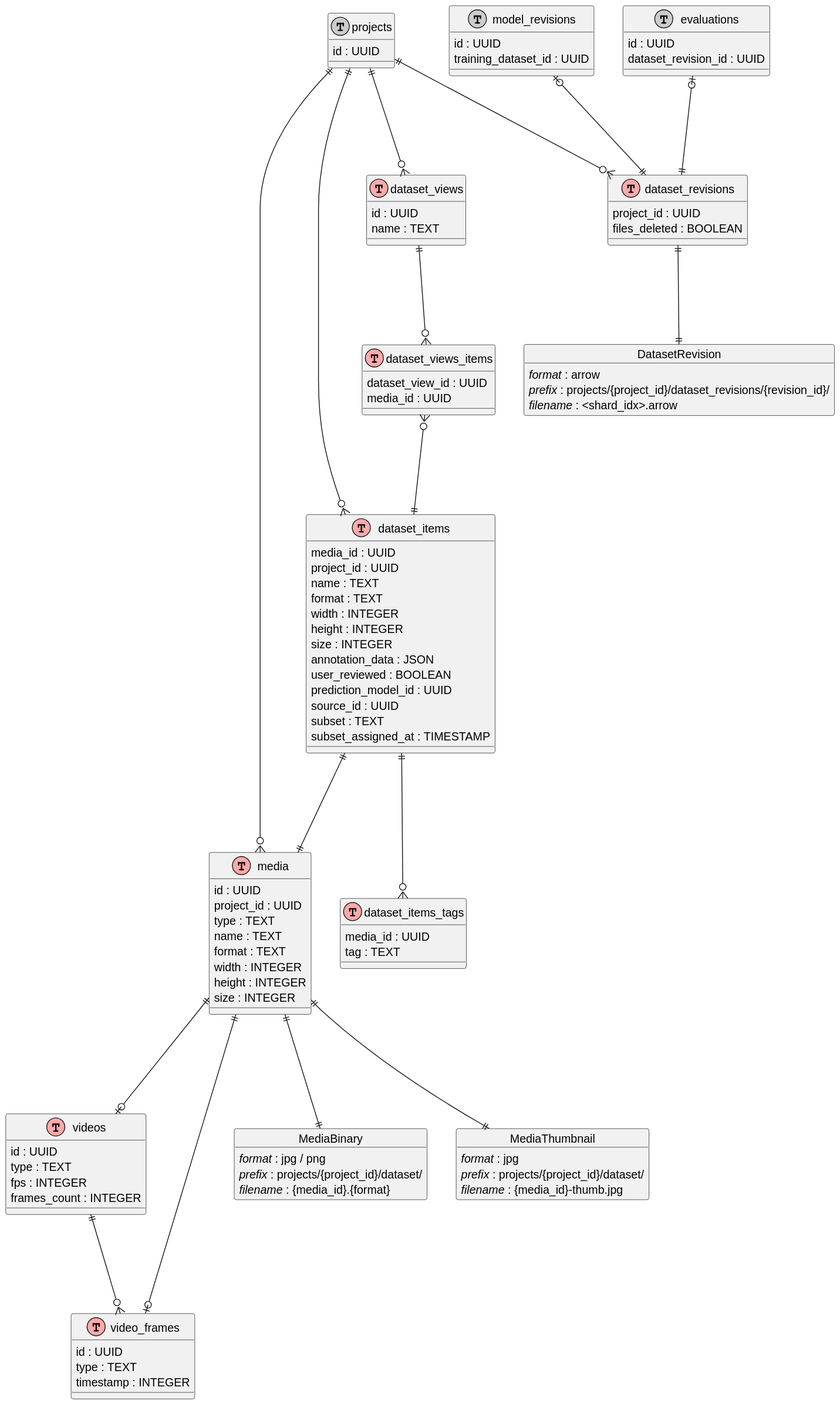
Earlier version of the PlantUML export application/docs/media/storage/datasets.svg (open-edge-platform/training_extensions). Its diagram source:
```plantuml
@startuml

class media << (T,#FFAAAA) >> {
  id : UUID
  project_id : UUID
  type : TEXT
  name : TEXT
  format : TEXT
  width : INTEGER
  height : INTEGER
  size : INTEGER
}

class videos << (T,#FFAAAA) >> {
  id : UUID
  type : TEXT
  fps : INTEGER
  frames_count : INTEGER
}

class video_frames << (T,#FFAAAA) >> {
  id : UUID
  type : TEXT
  timestamp : INTEGER
}

class dataset_items << (T,#FFAAAA) >> {
  media_id : UUID
  project_id : UUID
  name : TEXT
  format : TEXT
  width : INTEGER
  height : INTEGER
  size : INTEGER
  annotation_data : JSON
  user_reviewed : BOOLEAN
  prediction_model_id : UUID
  source_id : UUID
  subset : TEXT
  subset_assigned_at : TIMESTAMP
}

class dataset_items_tags << (T,#FFAAAA) >> {
  media_id : UUID
  tag : TEXT
}

dataset_items ||---o{ dataset_items_tags

class dataset_views << (T,#FFAAAA) >> {
  id : UUID
  name : TEXT
}

class dataset_views_items << (T,#FFAAAA) >> {
  dataset_view_id : UUID
  media_id : UUID
}

dataset_views ||---o{ dataset_views_items

dataset_views_items }o---|| dataset_items

class dataset_revisions << (T,#FFAAAA) >> {
  project_id : UUID
  files_deleted : BOOLEAN
}

object MediaBinary {
  <i>format</i> : jpg / png
  <i>prefix</i> : projects/{project_id}/dataset/
  <i>filename</i> : {media_id}.{format}
}

object MediaThumbnail {
  <i>format</i> : jpg
  <i>prefix</i> : projects/{project_id}/dataset/
  <i>filename</i> : {media_id}-thumb.jpg
}

object DatasetRevision {
  <i>format</i> : arrow
  <i>prefix</i> : projects/{project_id}/dataset_revisions/{revision_id}/
  <i>filename</i> : <shard_idx>.arrow
}

dataset_revisions ||---|| DatasetRevision

class projects << (T,#CCCCCC) >> {
  id : UUID
}

projects ||---o{ dataset_items
projects ||---o{ dataset_views
projects ||---o{ dataset_revisions
projects ||---o{ media

dataset_items ||---|| media

media ||---o| videos
media ||---o| video_frames
media ||---|| MediaBinary
media ||---|| MediaThumbnail
videos ||---o{ video_frames

class model_revisions << (T,#CCCCCC) >> {
  id : UUID
  training_dataset_id : UUID
}

model_revisions |o---|| dataset_revisions

class evaluations << (T,#CCCCCC) >> {
  id : UUID
  dataset_revision_id : UUID
}

evaluations |o---|| dataset_revisions
@enduml
```
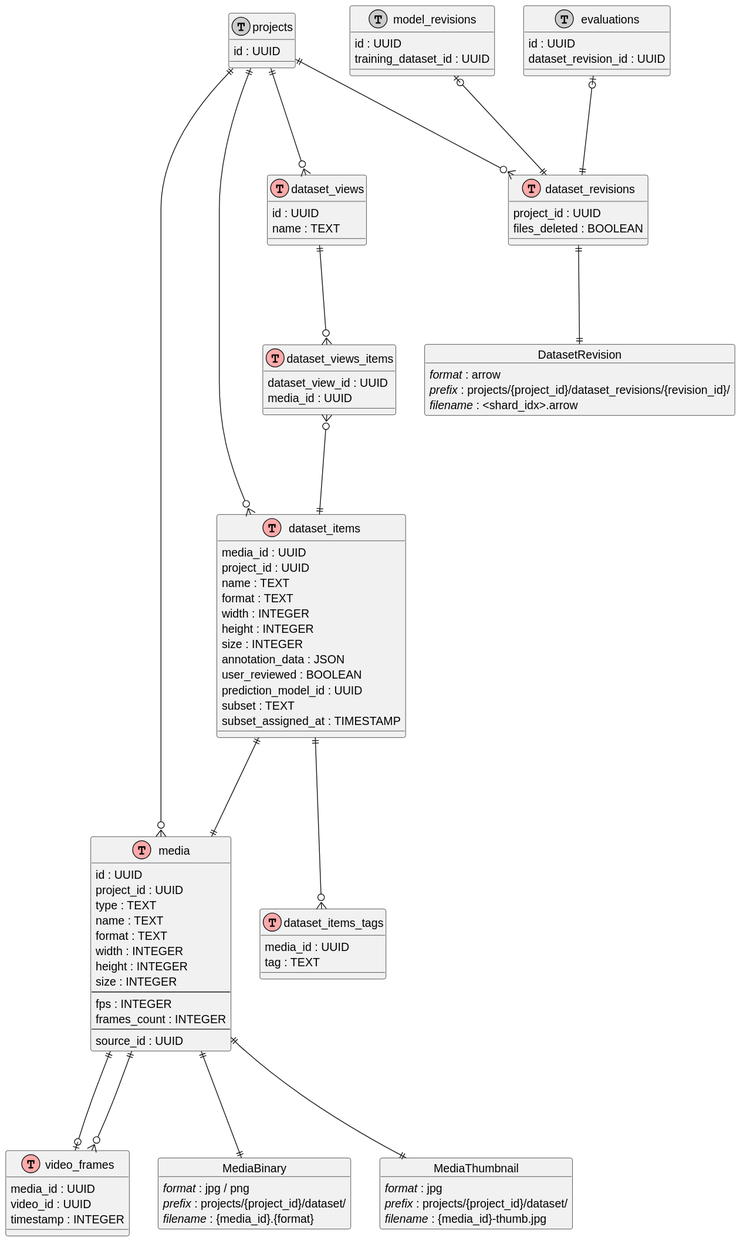
The same diagram one commit later.

Commit message:
Merged videos and media. Addressed comments

Diff of the diagram source:
```diff
@@ -9,18 +9,16 @@
   width : INTEGER
   height : INTEGER
   size : INTEGER
-}
-
-class videos << (T,#FFAAAA) >> {
-  id : UUID
-  type : TEXT
+  --
   fps : INTEGER
   frames_count : INTEGER
+  --
+  source_id : UUID
 }
 
 class video_frames << (T,#FFAAAA) >> {
-  id : UUID
-  type : TEXT
+  media_id : UUID
+  video_id : UUID
   timestamp : INTEGER
 }
 
@@ -35,7 +33,6 @@
   annotation_data : JSON
   user_reviewed : BOOLEAN
   prediction_model_id : UUID
-  source_id : UUID
   subset : TEXT
   subset_assigned_at : TIMESTAMP
 }
@@ -97,11 +94,11 @@
 
 dataset_items ||---|| media
 
-media ||---o| videos
+
 media ||---o| video_frames
+media ||---o{ video_frames
 media ||---|| MediaBinary
 media ||---|| MediaThumbnail
-videos ||---o{ video_frames
 
 class model_revisions << (T,#CCCCCC) >> {
   id : UUID
```
